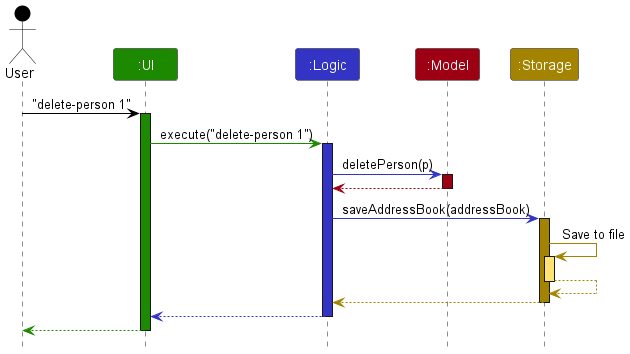
nus-cs2103-AY2223S1/tp keeps this PlantUML diagram as docs/images/ArchitectureSequenceDiagram.png. Above is the earlier version.
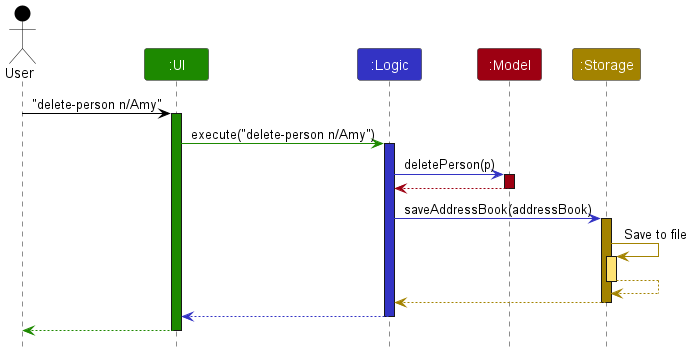
The same file after the commit.

Commit message:
Fix bug in architecture sequence diagram

What changed in the source:
```diff
@@ -7,10 +7,10 @@
 Participant ":Model" as model MODEL_COLOR
 Participant ":Storage" as storage STORAGE_COLOR
 
-user -[USER_COLOR]> ui : "delete-person 1"
+user -[USER_COLOR]> ui : "delete-person n/Amy"
 activate ui UI_COLOR
 
-ui -[UI_COLOR]> logic : execute("delete-person 1")
+ui -[UI_COLOR]> logic : execute("delete-person n/Amy")
 activate logic LOGIC_COLOR
 
 logic -[LOGIC_COLOR]> model : deletePerson(p)
```
